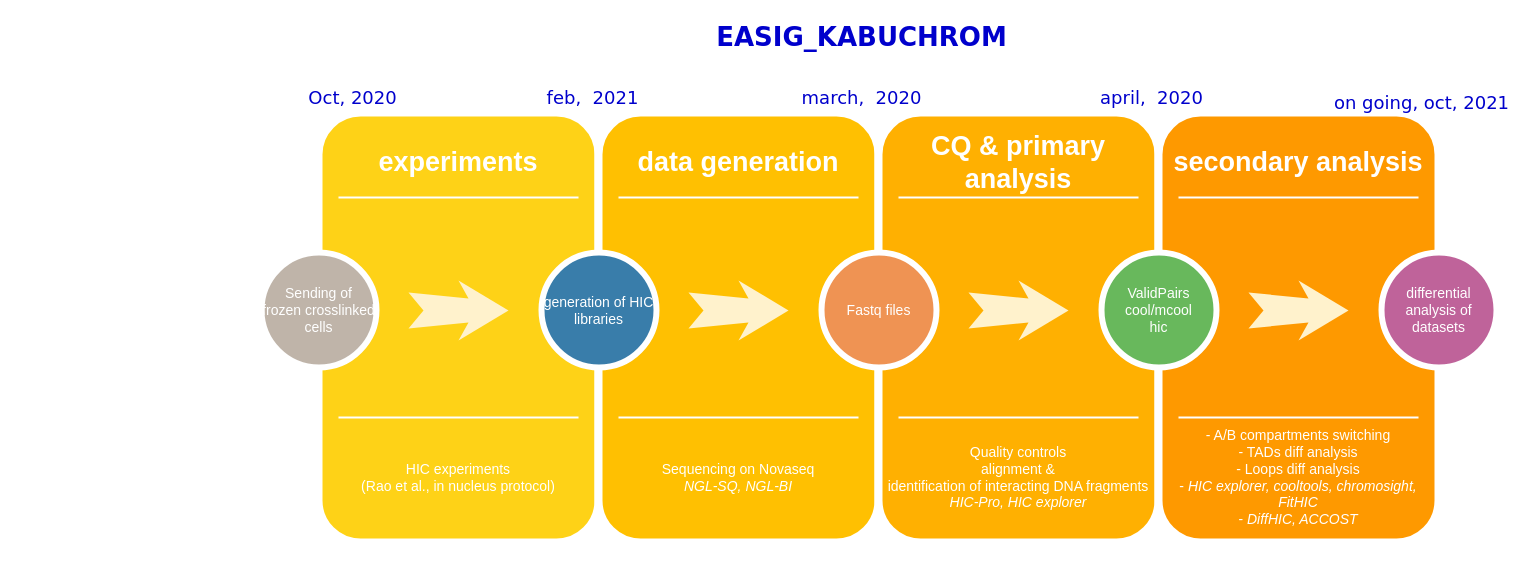
Above: Evaluation_Modules5-6/Untitled Diagram.drawio in sophiechroma/DuBII2021 (draw.io), before the change. Source tidied: cells renumbered, new cells numbered last; positions are measured from the earlier drawing's top-left corner, leaving out a move shared by most shapes. Both pictures are drawn from the tidied source at 100%, with x=0, y=0 at pixel (261, 17).
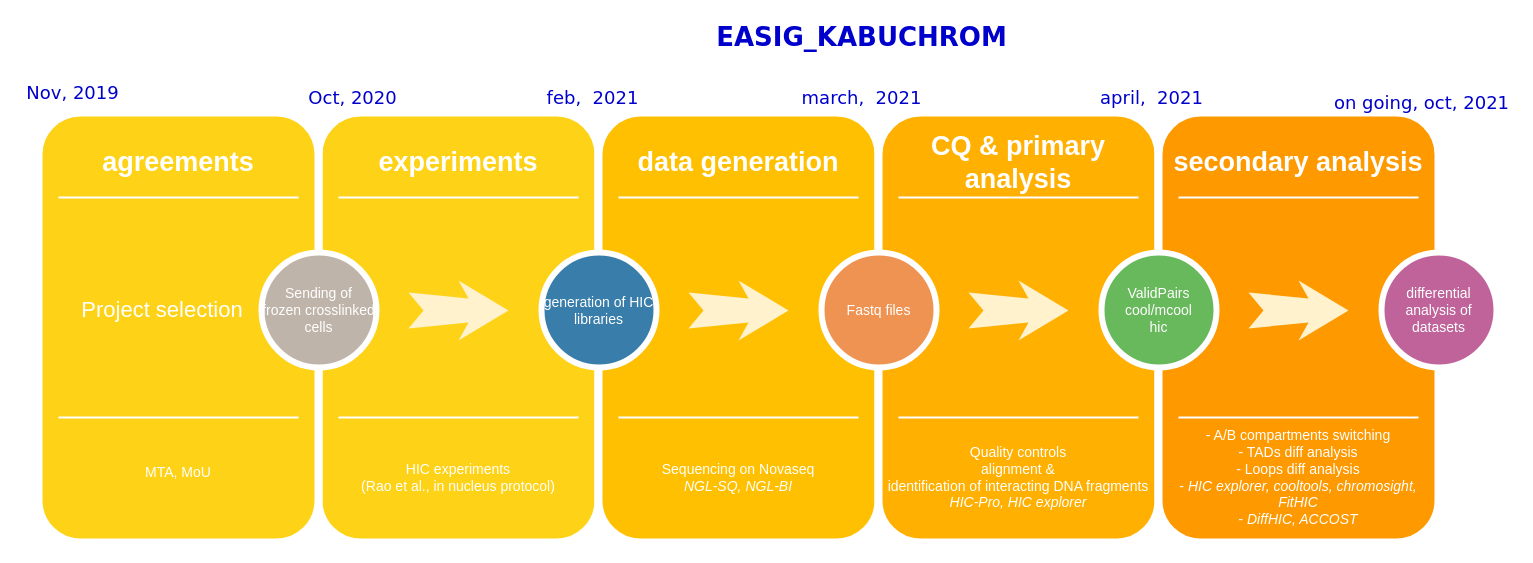
The same diagram, later.

The edit, as a diff of the source:
```diff
@@
-    <mxCell id="7" value="&lt;div&gt;Sending of&lt;/div&gt;&lt;div&gt;frozen crosslinked &lt;br&gt;&lt;/div&gt;&lt;div&gt;cells&lt;br&gt;&lt;/div&gt;" style="ellipse;whiteSpace=wrap;html=1;rounded=0;shadow=0;strokeWidth=6;fontSize=14;align=center;fillColor=#BFB4A9;strokeColor=#FFFFFF;fontColor=#FFFFFF;" parent="1" vertex="1">
-      <mxGeometry y="235" width="115" height="115" as="geometry" />
-    </mxCell>
@@
-    <mxCell id="33" value="&lt;font style=&quot;font-size: 18px;&quot;&gt;march,&amp;nbsp; 2020&lt;/font&gt;" style="text;html=1;align=center;verticalAlign=middle;fillColor=none;strokeColor=none;rounded=0;labelBackgroundColor=none;sketch=1;fillWeight=4;hachureGap=8;hachureAngle=45;fontFamily=Verdana;fontColor=#0000CC;fontSize=18;" parent="1" vertex="1">
+    <mxCell id="33" value="&lt;font style=&quot;font-size: 18px&quot;&gt;march,&amp;nbsp; 2021&lt;/font&gt;" style="text;html=1;align=center;verticalAlign=middle;fillColor=none;strokeColor=none;rounded=0;labelBackgroundColor=none;sketch=1;fillWeight=4;hachureGap=8;hachureAngle=45;fontFamily=Verdana;fontColor=#0000CC;fontSize=18;" parent="1" vertex="1">
       <mxGeometry x="530" y="65" width="140" height="30" as="geometry" />
     </mxCell>
-    <mxCell id="34" value="&lt;font style=&quot;font-size: 18px;&quot;&gt;april,&amp;nbsp; 2020&lt;/font&gt;" style="text;html=1;align=center;verticalAlign=middle;fillColor=none;strokeColor=none;rounded=0;labelBackgroundColor=none;sketch=1;fillWeight=4;hachureGap=8;hachureAngle=45;fontFamily=Verdana;fontColor=#0000CC;fontSize=18;" parent="1" vertex="1">
+    <mxCell id="34" value="&lt;font style=&quot;font-size: 18px&quot;&gt;april,&amp;nbsp; 2021&lt;/font&gt;" style="text;html=1;align=center;verticalAlign=middle;fillColor=none;strokeColor=none;rounded=0;labelBackgroundColor=none;sketch=1;fillWeight=4;hachureGap=8;hachureAngle=45;fontFamily=Verdana;fontColor=#0000CC;fontSize=18;" parent="1" vertex="1">
       <mxGeometry x="830" y="65" width="120" height="30" as="geometry" />
     </mxCell>
@@
+    <mxCell id="37" style="whiteSpace=wrap;html=1;rounded=1;shadow=0;strokeWidth=8;fontSize=20;align=center;fillColor=#FED217;strokeColor=#FFFFFF;" parent="1" vertex="1">
+      <mxGeometry x="-223" y="95" width="280" height="430" as="geometry" />
+    </mxCell>
+    <mxCell id="7" value="&lt;div&gt;Sending of&lt;/div&gt;&lt;div&gt;frozen crosslinked &lt;br&gt;&lt;/div&gt;&lt;div&gt;cells&lt;br&gt;&lt;/div&gt;" style="ellipse;whiteSpace=wrap;html=1;rounded=0;shadow=0;strokeWidth=6;fontSize=14;align=center;fillColor=#BFB4A9;strokeColor=#FFFFFF;fontColor=#FFFFFF;" parent="1" vertex="1">
+      <mxGeometry y="235" width="115" height="115" as="geometry" />
+    </mxCell>
+    <mxCell id="38" value="agreements" style="text;html=1;strokeColor=none;fillColor=none;align=center;verticalAlign=middle;whiteSpace=wrap;rounded=0;shadow=0;fontSize=27;fontColor=#FFFFFF;fontStyle=1;" parent="1" vertex="1">
+      <mxGeometry x="-223" y="115" width="280" height="60" as="geometry" />
+    </mxCell>
+    <mxCell id="39" style="line;strokeWidth=2;html=1;rounded=0;shadow=0;fontSize=27;align=center;fillColor=none;strokeColor=#FFFFFF;" parent="1" vertex="1">
+      <mxGeometry x="-203" y="175" width="240" height="10" as="geometry" />
+    </mxCell>
+    <mxCell id="40" style="line;strokeWidth=2;html=1;rounded=0;shadow=0;fontSize=27;align=center;fillColor=none;strokeColor=#FFFFFF;" parent="1" vertex="1">
+      <mxGeometry x="-203" y="395" width="240" height="10" as="geometry" />
+    </mxCell>
+    <mxCell id="41" value="MTA, MoU" style="text;html=1;strokeColor=none;fillColor=none;align=center;verticalAlign=middle;whiteSpace=wrap;rounded=0;shadow=0;fontSize=14;fontColor=#FFFFFF;" parent="1" vertex="1">
+      <mxGeometry x="-223" y="410" width="280" height="90" as="geometry" />
+    </mxCell>
+    <mxCell id="42" value="Project selection" style="text;html=1;strokeColor=none;fillColor=none;align=center;verticalAlign=middle;whiteSpace=wrap;rounded=0;shadow=0;fontSize=22;fontColor=#FFFFFF;" parent="1" vertex="1">
+      <mxGeometry x="-239" y="247.5" width="280" height="90" as="geometry" />
+    </mxCell>
+    <mxCell id="43" value="&lt;font style=&quot;font-size: 18px&quot;&gt;Nov, 2019&lt;br&gt;&lt;/font&gt;" style="text;html=1;align=center;verticalAlign=middle;fillColor=none;strokeColor=none;rounded=0;labelBackgroundColor=none;sketch=1;fillWeight=4;hachureGap=8;hachureAngle=45;fontFamily=Verdana;fontColor=#0000CC;fontSize=18;" parent="1" vertex="1">
+      <mxGeometry x="-244" y="60" width="110" height="30" as="geometry" />
+    </mxCell>
```
